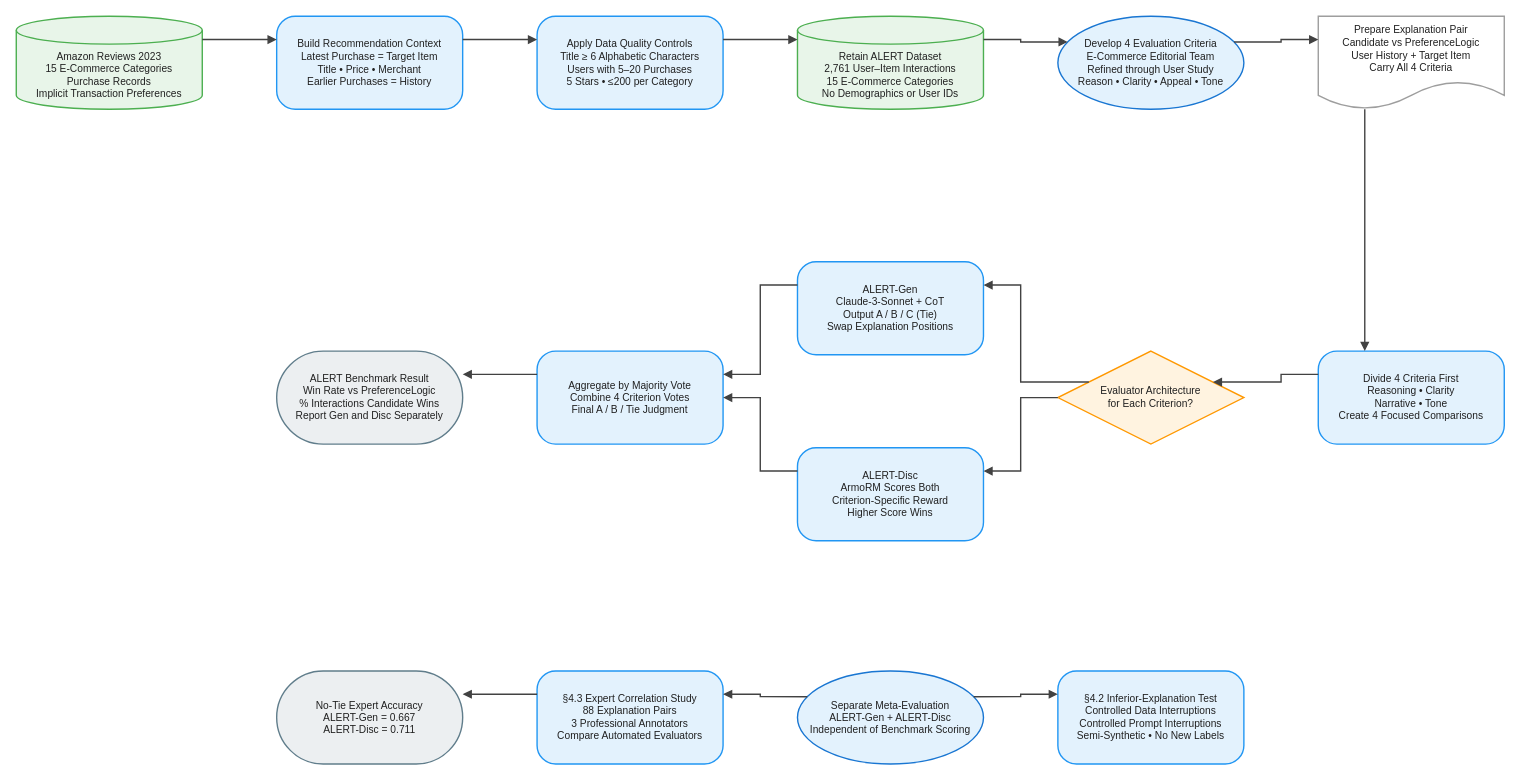
joe1chief/benchmark-hub keeps this draw.io diagram as client/public/drawio/ALERT/ALERT.en.drawio. Above is the earlier version. Source tidied: cells renumbered, new cells numbered last; positions are measured from the earlier drawing's top-left corner, leaving out a move shared by most shapes. Both pictures are drawn from the tidied source at 93%, with x=0, y=0 at pixel (16, 16).
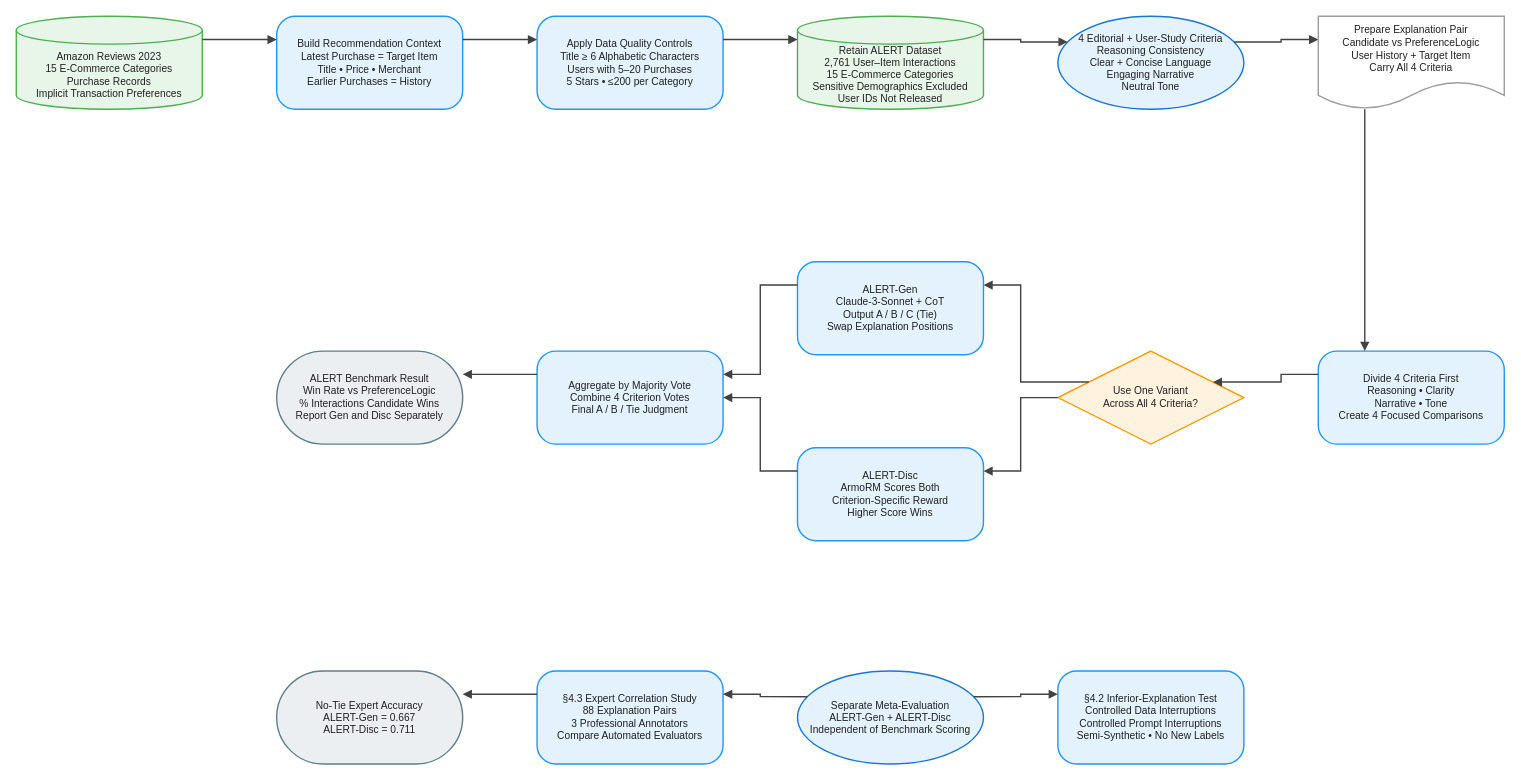
The same page after the edit.

Change to the diagram source:
```diff
@@
-    <mxCell id="5" value="Retain ALERT Dataset&#10;2,761 User–Item Interactions&#10;15 E-Commerce Categories&#10;No Demographics or User IDs" style="shape=cylinder3;boundedLbl=1;backgroundOutline=1;size=15;html=0;convertToSvg=1;whiteSpace=wrap;fillColor=#E8F5E9;strokeColor=#4CAF50;strokeWidth=1.5;fontColor=#212121;fontSize=11;fontFamily=Arial, Helvetica, sans-serif;verticalAlign=middle;align=center;" parent="1" vertex="1">
+    <mxCell id="5" value="Retain ALERT Dataset&#10;2,761 User–Item Interactions&#10;15 E-Commerce Categories&#10;Sensitive Demographics Excluded&#10;User IDs Not Released" style="shape=cylinder3;boundedLbl=1;backgroundOutline=1;size=15;html=0;convertToSvg=1;whiteSpace=wrap;fillColor=#E8F5E9;strokeColor=#4CAF50;strokeWidth=1.5;fontColor=#212121;fontSize=11;fontFamily=Arial, Helvetica, sans-serif;verticalAlign=middle;align=center;" parent="1" vertex="1">
       <mxGeometry x="840" width="200" height="100" as="geometry" />
     </mxCell>
-    <mxCell id="6" value="Develop 4 Evaluation Criteria&#10;E-Commerce Editorial Team&#10;Refined through User Study&#10;Reason • Clarity • Appeal • Tone" style="ellipse;html=0;convertToSvg=1;whiteSpace=wrap;fillColor=#E3F2FD;strokeColor=#1976D2;strokeWidth=1.5;fontColor=#212121;fontSize=11;fontFamily=Arial, Helvetica, sans-serif;verticalAlign=middle;align=center;" parent="1" vertex="1">
+    <mxCell id="6" value="4 Editorial + User-Study Criteria&#10;Reasoning Consistency&#10;Clear + Concise Language&#10;Engaging Narrative&#10;Neutral Tone" style="ellipse;html=0;convertToSvg=1;whiteSpace=wrap;fillColor=#E3F2FD;strokeColor=#1976D2;strokeWidth=1.5;fontColor=#212121;fontSize=11;fontFamily=Arial, Helvetica, sans-serif;verticalAlign=middle;align=center;" parent="1" vertex="1">
       <mxGeometry x="1120" width="200" height="100" as="geometry" />
     </mxCell>
@@
-    <mxCell id="8" value="Evaluator Architecture&#10;for Each Criterion?" style="rhombus;html=0;convertToSvg=1;whiteSpace=wrap;fillColor=#FFF3E0;strokeColor=#FF9800;strokeWidth=1.5;fontColor=#212121;fontSize=11;fontFamily=Arial, Helvetica, sans-serif;verticalAlign=middle;align=center;" parent="1" vertex="1">
+    <mxCell id="8" value="Use One Variant&#10;Across All 4 Criteria?" style="rhombus;html=0;convertToSvg=1;whiteSpace=wrap;fillColor=#FFF3E0;strokeColor=#FF9800;strokeWidth=1.5;fontColor=#212121;fontSize=11;fontFamily=Arial, Helvetica, sans-serif;verticalAlign=middle;align=center;" parent="1" vertex="1">
       <mxGeometry x="1120" y="360" width="200" height="100" as="geometry" />
     </mxCell>
```
